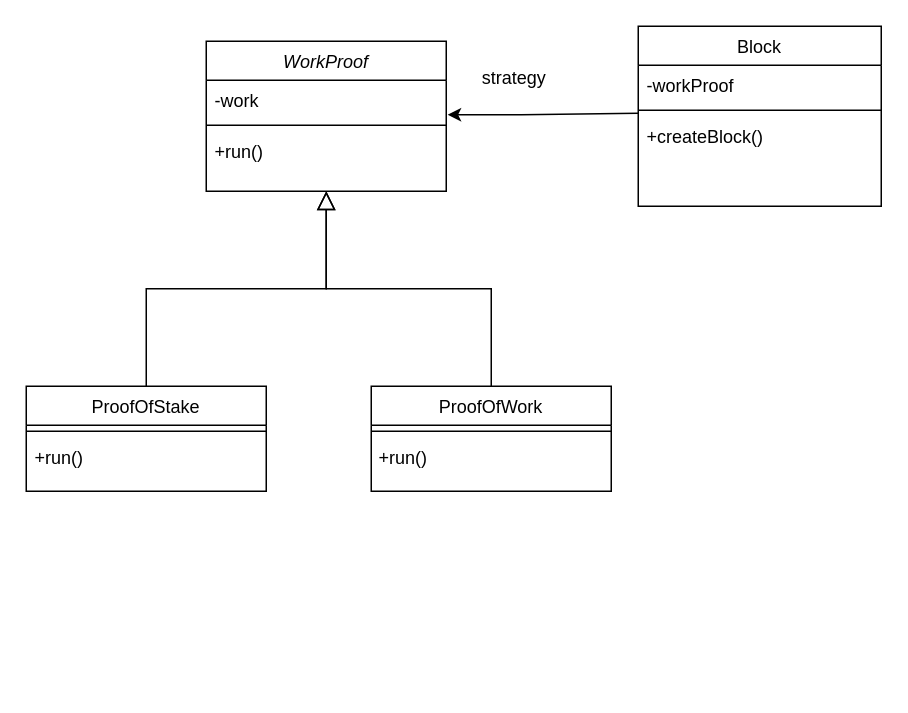
Above: 제목 없는 다이어그램.drawio in nazzzo/Block8 (draw.io), before the change. Source tidied: cells renumbered, new cells numbered last; positions are measured from the earlier drawing's top-left corner, leaving out a move shared by most shapes. Both pictures are drawn from the tidied source at 150%, with x=0, y=0 at pixel (26, 26).
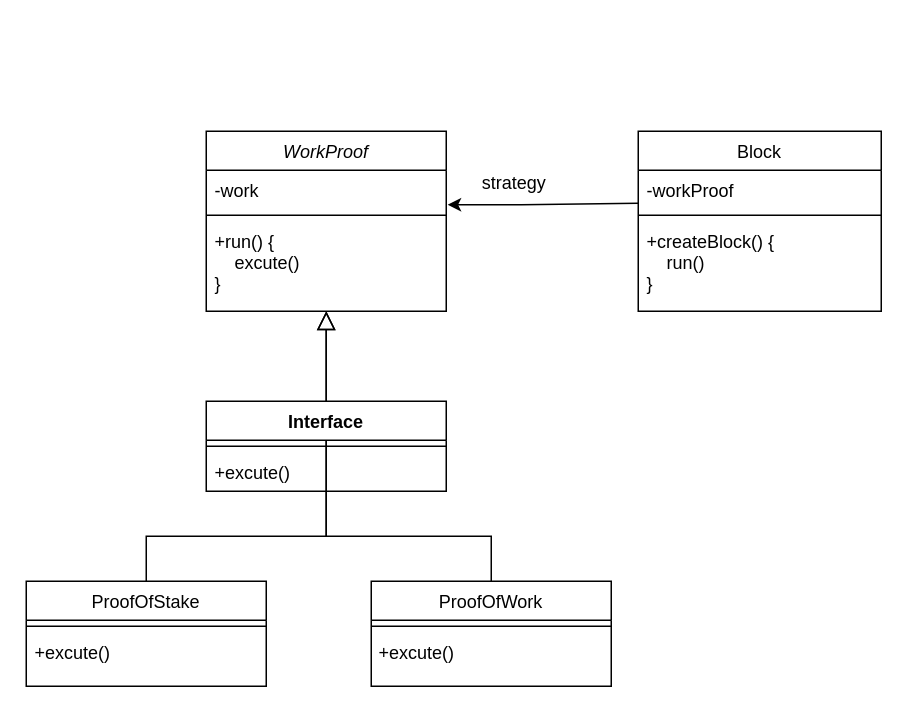
Above is the later version.

Commit message (it also covers changes not shown here):
제목 없는 다이어그램.drawio 업데이트

The change refers to these unchanged cells:
```xml
<mxCell id="3" value="-work" style="text;align=left;verticalAlign=top;spacingLeft=4;spacingRight=4;overflow=hidden;points=[[0,0.5],[1,0.5]];portConstraint=eastwest;rounded=0;shadow=0;html=0;" parent="2" vertex="1">
  <mxGeometry y="26" width="160" height="26" as="geometry" />
</mxCell>
```

The edit, as a diff of the source:
```diff
@@
     <mxCell id="2" value="WorkProof" style="swimlane;fontStyle=2;align=center;verticalAlign=top;horizontal=1;startSize=26;rounded=0;shadow=0;strokeWidth=1;" parent="1" vertex="1">
-      <mxGeometry x="120" y="10" width="160" height="100" as="geometry" />
+      <mxGeometry x="120" y="70" width="160" height="120" as="geometry" />
     </mxCell>
@@
-    <mxCell id="5" value="+run()" style="text;align=left;verticalAlign=top;spacingLeft=4;spacingRight=4;overflow=hidden;" parent="2" vertex="1">
-      <mxGeometry y="60" width="160" height="26" as="geometry" />
+    <mxCell id="5" value="+run() {&#10;    excute()&#10;}" style="text;align=left;verticalAlign=top;spacingLeft=4;spacingRight=4;overflow=hidden;" parent="2" vertex="1">
+      <mxGeometry y="60" width="160" height="50" as="geometry" />
     </mxCell>
     <mxCell id="6" value="ProofOfStake" style="swimlane;fontStyle=0;align=center;verticalAlign=top;horizontal=1;startSize=26;rounded=0;shadow=0;strokeWidth=1;" parent="1" vertex="1">
-      <mxGeometry y="240" width="160" height="70" as="geometry" />
+      <mxGeometry y="370" width="160" height="70" as="geometry" />
     </mxCell>
@@
-    <mxCell id="8" value="+run()" style="text;align=left;verticalAlign=top;spacingLeft=4;spacingRight=4;overflow=hidden;fontStyle=0;" parent="6" vertex="1">
+    <mxCell id="8" value="+excute()" style="text;align=left;verticalAlign=top;spacingLeft=4;spacingRight=4;overflow=hidden;fontStyle=0;" parent="6" vertex="1">
       <mxGeometry y="34" width="160" height="26" as="geometry" />
     </mxCell>
     <mxCell id="9" style="endArrow=block;endSize=10;endFill=0;shadow=0;strokeWidth=1;rounded=0;edgeStyle=elbowEdgeStyle;elbow=vertical;" parent="1" edge="1" source="6" target="2">
-      <mxGeometry relative="1" as="geometry" />
+      <mxGeometry relative="1" as="geometry">
+        <Array as="points">
+          <mxPoint x="200" y="340" />
+        </Array>
+      </mxGeometry>
     </mxCell>
     <mxCell id="10" value="ProofOfWork" style="swimlane;fontStyle=0;align=center;verticalAlign=top;horizontal=1;startSize=26;rounded=0;shadow=0;strokeWidth=1;" parent="1" vertex="1">
-      <mxGeometry x="230" y="240" width="160" height="70" as="geometry" />
+      <mxGeometry x="230" y="370" width="160" height="70" as="geometry" />
     </mxCell>
@@
-    <mxCell id="12" value="&amp;nbsp;+run()" style="text;html=1;align=left;verticalAlign=top;strokeColor=none;fillColor=none;fontStyle=0;" parent="10" vertex="1">
+    <mxCell id="12" value="&amp;nbsp;+excute()" style="text;html=1;align=left;verticalAlign=top;strokeColor=none;fillColor=none;fontStyle=0;" parent="10" vertex="1">
       <mxGeometry y="34" width="160" height="30" as="geometry" />
     </mxCell>
     <mxCell id="13" style="endArrow=block;endSize=10;endFill=0;shadow=0;strokeWidth=1;rounded=0;edgeStyle=elbowEdgeStyle;elbow=vertical;" parent="1" edge="1" source="10" target="2">
-      <mxGeometry relative="1" as="geometry" />
+      <mxGeometry relative="1" as="geometry">
+        <Array as="points">
+          <mxPoint x="200" y="340" />
+        </Array>
+      </mxGeometry>
     </mxCell>
     <mxCell id="14" value="Block" style="swimlane;fontStyle=0;align=center;verticalAlign=top;horizontal=1;startSize=26;rounded=0;shadow=0;strokeWidth=1;" parent="1" vertex="1">
-      <mxGeometry x="408" width="162" height="120" as="geometry" />
+      <mxGeometry x="408" y="70" width="162" height="120" as="geometry" />
     </mxCell>
@@
-    <mxCell id="17" value="+createBlock()" style="text;align=left;verticalAlign=top;spacingLeft=4;spacingRight=4;overflow=hidden;" parent="14" vertex="1">
-      <mxGeometry y="60" width="162" height="26" as="geometry" />
+    <mxCell id="17" value="+createBlock() {&#10;    run()&#10;}" style="text;align=left;verticalAlign=top;spacingLeft=4;spacingRight=4;overflow=hidden;" parent="14" vertex="1">
+      <mxGeometry y="60" width="162" height="50" as="geometry" />
     </mxCell>
     <mxCell id="18" value="strategy" style="text;html=1;align=center;verticalAlign=middle;strokeColor=none;fillColor=none;" parent="1" vertex="1">
-      <mxGeometry x="290" y="20" width="70" height="30" as="geometry" />
+      <mxGeometry x="290" y="90" width="70" height="30" as="geometry" />
     </mxCell>
     <mxCell id="19" style="edgeStyle=none;jettySize=auto;html=1;rounded=0;entryX=1.006;entryY=0.885;entryDx=0;entryDy=0;entryPerimeter=0;" parent="1" edge="1" target="3">
       <mxGeometry relative="1" as="geometry">
-        <mxPoint x="408" y="58" as="sourcePoint" />
+        <mxPoint x="408" y="118" as="sourcePoint" />
         <Array as="points">
-          <mxPoint x="330" y="59" />
+          <mxPoint x="330" y="119" />
         </Array>
       </mxGeometry>
     </mxCell>
+    <mxCell id="20" value="Interface" style="swimlane;fontStyle=1;align=center;verticalAlign=top;horizontal=1;startSize=26;whiteSpace=wrap;html=1;" parent="1" vertex="1">
+      <mxGeometry x="120" y="250" width="160" height="60" as="geometry" />
+    </mxCell>
+    <mxCell id="21" style="line;strokeWidth=1;fillColor=none;align=left;verticalAlign=middle;spacingTop=-1;spacingLeft=3;spacingRight=3;labelPosition=right;strokeColor=inherit;" parent="20" vertex="1">
+      <mxGeometry y="26" width="160" height="8" as="geometry" />
+    </mxCell>
+    <mxCell id="22" value="+excute()" style="text;strokeColor=none;fillColor=none;align=left;verticalAlign=top;spacingLeft=4;spacingRight=4;overflow=hidden;whiteSpace=wrap;html=1;" parent="20" vertex="1">
+      <mxGeometry y="34" width="160" height="26" as="geometry" />
+    </mxCell>
```
